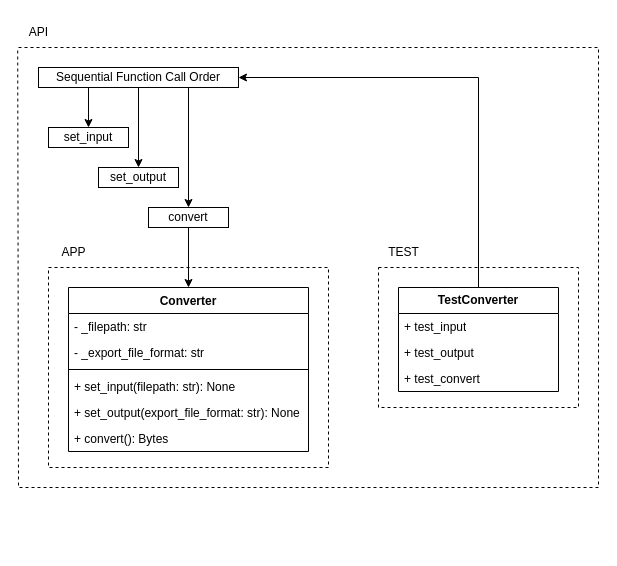
ames0k0/TP--Audio-File-Converter keeps this draw.io diagram as page "API_TEST" (3 of 4) of _readme/Diagram.drawio. Above is the earlier version. Source tidied: cells renumbered, new cells numbered last; positions are measured from the earlier drawing's top-left corner, leaving out a move shared by most shapes. Both pictures are drawn from the tidied source at 100%, with x=0, y=0 at pixel (18, 17).
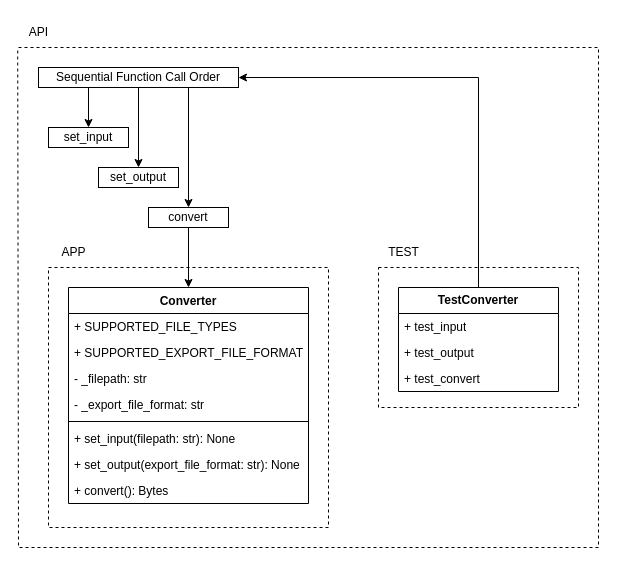
The same page after the edit.

The change refers to these unchanged cells:
```xml
<mxCell id="3" value="API" style="text;html=1;align=center;verticalAlign=middle;points=[];strokeColor=none;fillColor=none;" parent="1" vertex="1">
  <mxGeometry width="40" height="30" as="geometry" />
</mxCell>
```

Diff of the diagram source:
```diff
@@
     <mxCell id="2" style="endArrow=none;dashed=1;html=1;rounded=0;entryX=-0.02;entryY=1.013;entryDx=0;entryDy=0;entryPerimeter=0;" parent="1" edge="1" target="3">
       <mxGeometry relative="1" as="geometry">
         <mxPoint y="30" as="sourcePoint" />
         <Array as="points">
           <mxPoint x="580" y="30" />
           <mxPoint x="580" y="350" />
-          <mxPoint x="580" y="470" />
-          <mxPoint x="280" y="470" />
-          <mxPoint y="470" />
+          <mxPoint x="580" y="530" />
+          <mxPoint x="280" y="530" />
+          <mxPoint y="530" />
         </Array>
       </mxGeometry>
     </mxCell>
@@
     <mxCell id="11" style="endArrow=none;dashed=1;html=1;rounded=0;" parent="1" edge="1">
       <mxGeometry relative="1" as="geometry">
         <mxPoint x="30" y="250" as="sourcePoint" />
         <mxPoint x="30" y="250" as="targetPoint" />
         <Array as="points">
           <mxPoint x="170" y="250" />
           <mxPoint x="310" y="250" />
-          <mxPoint x="310" y="450" />
-          <mxPoint x="30" y="450" />
+          <mxPoint x="310" y="510" />
+          <mxPoint x="30" y="510" />
         </Array>
       </mxGeometry>
     </mxCell>
@@
     <mxCell id="13" value="Converter" style="swimlane;fontStyle=1;align=center;verticalAlign=top;horizontal=1;startSize=26;whiteSpace=wrap;html=1;" parent="1" vertex="1">
-      <mxGeometry x="50" y="270" width="240" height="164" as="geometry" />
+      <mxGeometry x="50" y="270" width="240" height="216" as="geometry" />
     </mxCell>
+    <mxCell id="28" value="+ SUPPORTED_FILE_TYPES" style="text;strokeColor=none;fillColor=none;align=left;verticalAlign=top;spacingLeft=4;spacingRight=4;overflow=hidden;whiteSpace=wrap;html=1;" parent="13" vertex="1">
+      <mxGeometry y="26" width="240" height="26" as="geometry" />
+    </mxCell>
+    <mxCell id="29" value="+ SUPPORTED_EXPORT_FILE_FORMAT" style="text;strokeColor=none;fillColor=none;align=left;verticalAlign=top;spacingLeft=4;spacingRight=4;overflow=hidden;whiteSpace=wrap;html=1;" parent="13" vertex="1">
+      <mxGeometry y="52" width="240" height="26" as="geometry" />
+    </mxCell>
     <mxCell id="14" value="- _filepath: str" style="text;strokeColor=none;fillColor=none;align=left;verticalAlign=top;spacingLeft=4;spacingRight=4;overflow=hidden;whiteSpace=wrap;html=1;" parent="13" vertex="1">
-      <mxGeometry y="26" width="240" height="26" as="geometry" />
+      <mxGeometry y="78" width="240" height="26" as="geometry" />
     </mxCell>
     <mxCell id="15" value="- _export_file_format: str" style="text;strokeColor=none;fillColor=none;align=left;verticalAlign=top;spacingLeft=4;spacingRight=4;overflow=hidden;whiteSpace=wrap;html=1;" parent="13" vertex="1">
-      <mxGeometry y="52" width="240" height="26" as="geometry" />
+      <mxGeometry y="104" width="240" height="26" as="geometry" />
     </mxCell>
     <mxCell id="16" style="line;strokeWidth=1;fillColor=none;align=left;verticalAlign=middle;spacingTop=-1;spacingLeft=3;spacingRight=3;labelPosition=right;strokeColor=inherit;" parent="13" vertex="1">
-      <mxGeometry y="78" width="240" height="8" as="geometry" />
+      <mxGeometry y="130" width="240" height="8" as="geometry" />
     </mxCell>
     <mxCell id="17" value="+ set_input(filepath: str): None" style="text;strokeColor=none;fillColor=none;align=left;verticalAlign=top;spacingLeft=4;spacingRight=4;overflow=hidden;whiteSpace=wrap;html=1;" parent="13" vertex="1">
-      <mxGeometry y="86" width="240" height="26" as="geometry" />
+      <mxGeometry y="138" width="240" height="26" as="geometry" />
     </mxCell>
     <mxCell id="18" value="+ set_output(export_file_format: str): None" style="text;strokeColor=none;fillColor=none;align=left;verticalAlign=top;spacingLeft=4;spacingRight=4;overflow=hidden;whiteSpace=wrap;html=1;" parent="13" vertex="1">
-      <mxGeometry y="112" width="240" height="26" as="geometry" />
+      <mxGeometry y="164" width="240" height="26" as="geometry" />
     </mxCell>
     <mxCell id="19" value="+ convert(): Bytes" style="text;strokeColor=none;fillColor=none;align=left;verticalAlign=top;spacingLeft=4;spacingRight=4;overflow=hidden;whiteSpace=wrap;html=1;" parent="13" vertex="1">
-      <mxGeometry y="138" width="240" height="26" as="geometry" />
+      <mxGeometry y="190" width="240" height="26" as="geometry" />
     </mxCell>
```
